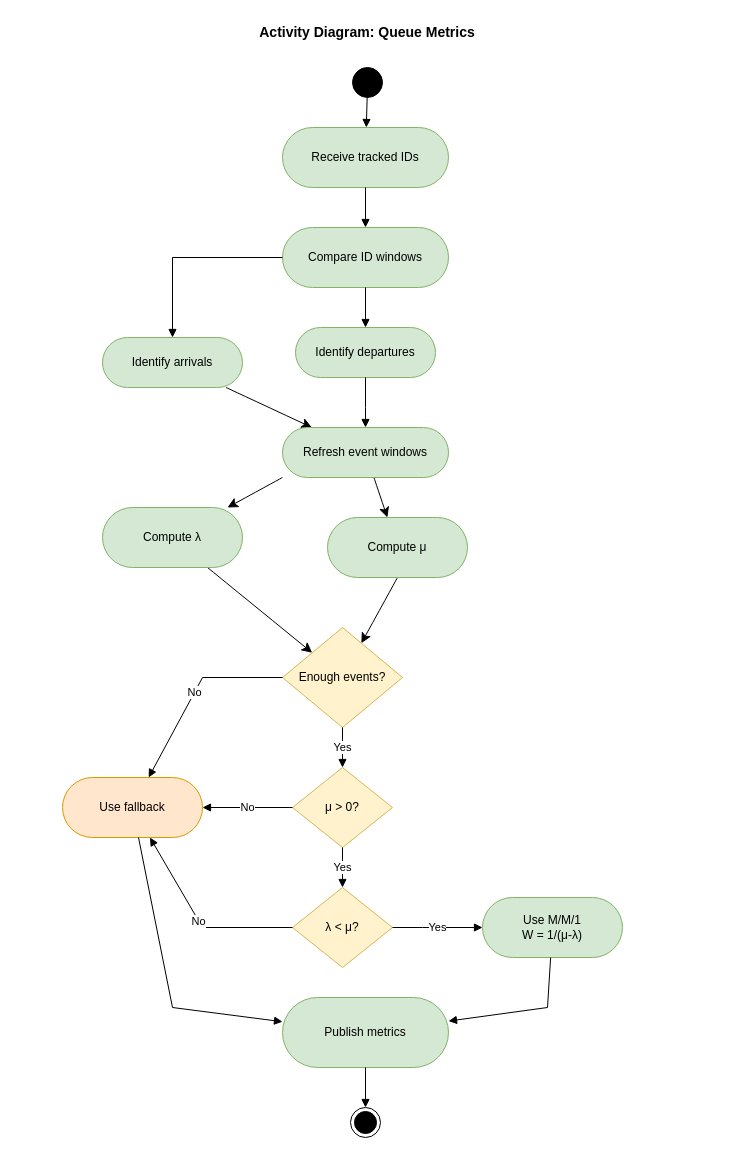
Above: report-latex/figures/drawio/chapter3_activity_Analytics.drawio in Salmen-BA21/Queue-Wait-Time-Estimation (draw.io), before the change. Source tidied: cells renumbered, new cells numbered last; positions are measured from the earlier drawing's top-left corner, leaving out a move shared by most shapes. Both pictures are drawn from the tidied source at 100%, with x=0, y=0 at pixel (17, 17).
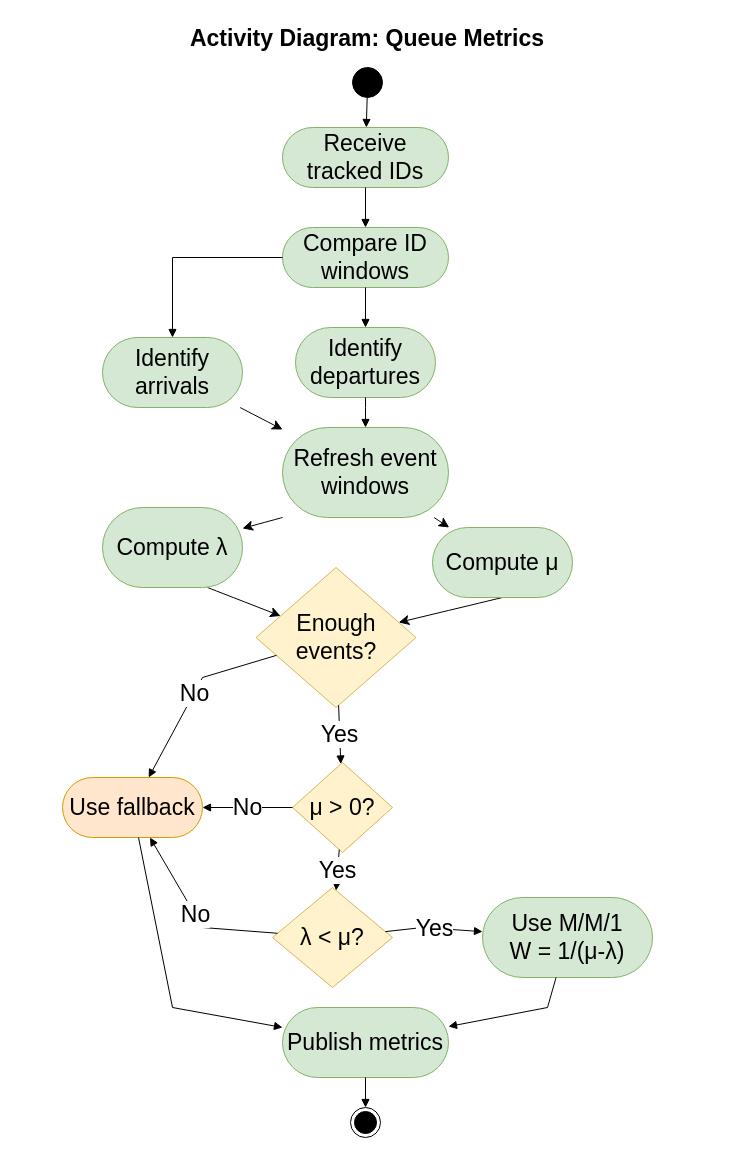
The same diagram, later.

Change to the diagram source:
```diff
@@
-    <mxCell id="2" value="Activity Diagram: Queue Metrics" style="text;fontSize=14;fontStyle=1;align=center;" parent="1" vertex="1">
+    <mxCell id="2" value="Activity Diagram: Queue Metrics" style="text;fontSize=23;fontStyle=1;align=center;" parent="1" vertex="1">
       <mxGeometry width="700" height="30" as="geometry" />
     </mxCell>
-    <mxCell id="3" style="ellipse;shape=doubleEllipse;fillColor=#000000;" parent="1" vertex="1">
+    <mxCell id="3" style="ellipse;shape=doubleEllipse;fillColor=#000000;fontSize=23;" parent="1" vertex="1">
       <mxGeometry x="335" y="50" width="30" height="30" as="geometry" />
     </mxCell>
-    <mxCell id="4" value="Receive tracked IDs" style="rounded=1;arcSize=50;fillColor=#d5e8d4;strokeColor=#82b366;html=1;whiteSpace=wrap;align=center;verticalAlign=middle;" parent="1" vertex="1">
+    <mxCell id="4" value="Receive tracked IDs" style="rounded=1;arcSize=50;fillColor=#d5e8d4;strokeColor=#82b366;html=1;whiteSpace=wrap;align=center;verticalAlign=middle;fontSize=23;" parent="1" vertex="1">
       <mxGeometry x="265" y="110" width="166" height="60" as="geometry" />
     </mxCell>
-    <mxCell id="5" value="Compare ID windows" style="rounded=1;arcSize=50;fillColor=#d5e8d4;strokeColor=#82b366;html=1;whiteSpace=wrap;align=center;verticalAlign=middle;" parent="1" vertex="1">
+    <mxCell id="5" value="Compare ID windows" style="rounded=1;arcSize=50;fillColor=#d5e8d4;strokeColor=#82b366;html=1;whiteSpace=wrap;align=center;verticalAlign=middle;fontSize=23;" parent="1" vertex="1">
       <mxGeometry x="265" y="210" width="166" height="60" as="geometry" />
     </mxCell>
-    <mxCell id="6" style="edgeStyle=none;curved=1;rounded=0;jettySize=auto;html=1;fontSize=12;startSize=8;endSize=8;" parent="1" edge="1" source="7" target="11">
+    <mxCell id="6" style="edgeStyle=none;curved=1;rounded=0;jettySize=auto;html=1;fontSize=23;startSize=8;endSize=8;" parent="1" edge="1" source="7" target="11">
       <mxGeometry relative="1" as="geometry" />
     </mxCell>
-    <mxCell id="7" value="Identify arrivals" style="rounded=1;arcSize=50;fillColor=#d5e8d4;strokeColor=#82b366;html=1;whiteSpace=wrap;align=center;verticalAlign=middle;" parent="1" vertex="1">
-      <mxGeometry x="85" y="320" width="140" height="50" as="geometry" />
+    <mxCell id="7" value="Identify arrivals" style="rounded=1;arcSize=50;fillColor=#d5e8d4;strokeColor=#82b366;html=1;whiteSpace=wrap;align=center;verticalAlign=middle;fontSize=23;" parent="1" vertex="1">
+      <mxGeometry x="85" y="320" width="140" height="70" as="geometry" />
     </mxCell>
-    <mxCell id="8" value="Identify departures" style="rounded=1;arcSize=50;fillColor=#d5e8d4;strokeColor=#82b366;html=1;whiteSpace=wrap;align=center;verticalAlign=middle;" parent="1" vertex="1">
-      <mxGeometry x="278" y="310" width="140" height="50" as="geometry" />
+    <mxCell id="8" value="Identify departures" style="rounded=1;arcSize=50;fillColor=#d5e8d4;strokeColor=#82b366;html=1;whiteSpace=wrap;align=center;verticalAlign=middle;fontSize=23;" parent="1" vertex="1">
+      <mxGeometry x="278" y="310" width="140" height="70" as="geometry" />
     </mxCell>
-    <mxCell id="9" style="edgeStyle=none;curved=1;rounded=0;jettySize=auto;html=1;fontSize=12;startSize=8;endSize=8;" parent="1" edge="1" source="11" target="15">
+    <mxCell id="9" style="edgeStyle=none;curved=1;rounded=0;jettySize=auto;html=1;fontSize=23;startSize=8;endSize=8;" parent="1" edge="1" source="11" target="15">
       <mxGeometry relative="1" as="geometry" />
     </mxCell>
-    <mxCell id="10" style="edgeStyle=none;curved=1;rounded=0;jettySize=auto;html=1;exitX=0;exitY=1;exitDx=0;exitDy=0;fontSize=12;startSize=8;endSize=8;" parent="1" edge="1" source="11" target="13">
+    <mxCell id="10" style="edgeStyle=none;curved=1;rounded=0;jettySize=auto;html=1;exitX=0;exitY=1;exitDx=0;exitDy=0;fontSize=23;startSize=8;endSize=8;" parent="1" edge="1" source="11" target="13">
       <mxGeometry relative="1" as="geometry" />
     </mxCell>
-    <mxCell id="11" value="Refresh event windows" style="rounded=1;arcSize=50;fillColor=#d5e8d4;strokeColor=#82b366;html=1;whiteSpace=wrap;align=center;verticalAlign=middle;" parent="1" vertex="1">
-      <mxGeometry x="265" y="410" width="166" height="50" as="geometry" />
+    <mxCell id="11" value="Refresh event windows" style="rounded=1;arcSize=50;fillColor=#d5e8d4;strokeColor=#82b366;html=1;whiteSpace=wrap;align=center;verticalAlign=middle;fontSize=23;" parent="1" vertex="1">
+      <mxGeometry x="265" y="410" width="166" height="90" as="geometry" />
     </mxCell>
-    <mxCell id="12" style="edgeStyle=none;curved=1;rounded=0;jettySize=auto;html=1;exitX=0.75;exitY=1;exitDx=0;exitDy=0;fontSize=12;startSize=8;endSize=8;" parent="1" edge="1" source="13" target="16">
+    <mxCell id="12" style="edgeStyle=none;curved=1;rounded=0;jettySize=auto;html=1;exitX=0.75;exitY=1;exitDx=0;exitDy=0;fontSize=23;startSize=8;endSize=8;" parent="1" edge="1" source="13" target="16">
       <mxGeometry relative="1" as="geometry" />
     </mxCell>
-    <mxCell id="13" value="Compute λ" style="rounded=1;arcSize=50;fillColor=#d5e8d4;strokeColor=#82b366;html=1;whiteSpace=wrap;align=center;verticalAlign=middle;" parent="1" vertex="1">
-      <mxGeometry x="85" y="490" width="140" height="60" as="geometry" />
+    <mxCell id="13" value="Compute λ" style="rounded=1;arcSize=50;fillColor=#d5e8d4;strokeColor=#82b366;html=1;whiteSpace=wrap;align=center;verticalAlign=middle;fontSize=23;" parent="1" vertex="1">
+      <mxGeometry x="85" y="490" width="140" height="80" as="geometry" />
     </mxCell>
-    <mxCell id="14" style="edgeStyle=none;curved=1;rounded=0;jettySize=auto;html=1;exitX=0.5;exitY=1;exitDx=0;exitDy=0;fontSize=12;startSize=8;endSize=8;" parent="1" edge="1" source="15" target="16">
+    <mxCell id="14" style="edgeStyle=none;curved=1;rounded=0;jettySize=auto;html=1;exitX=0.5;exitY=1;exitDx=0;exitDy=0;fontSize=23;startSize=8;endSize=8;" parent="1" edge="1" source="15" target="16">
       <mxGeometry relative="1" as="geometry" />
     </mxCell>
-    <mxCell id="15" value="Compute μ" style="rounded=1;arcSize=50;fillColor=#d5e8d4;strokeColor=#82b366;html=1;whiteSpace=wrap;align=center;verticalAlign=middle;" parent="1" vertex="1">
-      <mxGeometry x="310" y="500" width="140" height="60" as="geometry" />
+    <mxCell id="15" value="Compute μ" style="rounded=1;arcSize=50;fillColor=#d5e8d4;strokeColor=#82b366;html=1;whiteSpace=wrap;align=center;verticalAlign=middle;fontSize=23;" parent="1" vertex="1">
+      <mxGeometry x="415" y="510" width="140" height="70" as="geometry" />
     </mxCell>
-    <mxCell id="16" value="Enough events?" style="rhombus;fillColor=#fff2cc;strokeColor=#d6b656;html=1;whiteSpace=wrap;align=center;verticalAlign=middle;" parent="1" vertex="1">
-      <mxGeometry x="265" y="610" width="120" height="100" as="geometry" />
+    <mxCell id="16" value="Enough events?" style="rhombus;fillColor=#fff2cc;strokeColor=#d6b656;html=1;whiteSpace=wrap;align=center;verticalAlign=middle;fontSize=23;" parent="1" vertex="1">
+      <mxGeometry x="238.5" y="550" width="160" height="140" as="geometry" />
     </mxCell>
-    <mxCell id="17" value="μ &gt; 0?" style="rhombus;fillColor=#fff2cc;strokeColor=#d6b656;html=1;whiteSpace=wrap;align=center;verticalAlign=middle;" parent="1" vertex="1">
-      <mxGeometry x="275" y="750" width="100" height="80" as="geometry" />
+    <mxCell id="17" value="μ &amp;gt; 0?" style="rhombus;fillColor=#fff2cc;strokeColor=#d6b656;html=1;whiteSpace=wrap;align=center;verticalAlign=middle;fontSize=23;" parent="1" vertex="1">
+      <mxGeometry x="275" y="745" width="100" height="90" as="geometry" />
     </mxCell>
-    <mxCell id="18" value="λ &lt; μ?" style="rhombus;fillColor=#fff2cc;strokeColor=#d6b656;html=1;whiteSpace=wrap;align=center;verticalAlign=middle;" parent="1" vertex="1">
-      <mxGeometry x="275" y="870" width="100" height="80" as="geometry" />
+    <mxCell id="18" value="λ &amp;lt; μ?" style="rhombus;fillColor=#fff2cc;strokeColor=#d6b656;html=1;whiteSpace=wrap;align=center;verticalAlign=middle;fontSize=23;" parent="1" vertex="1">
+      <mxGeometry x="255" y="870" width="120" height="100" as="geometry" />
     </mxCell>
-    <mxCell id="19" value="Use M/M/1&#10;W = 1/(μ-λ)" style="rounded=1;arcSize=50;fillColor=#d5e8d4;strokeColor=#82b366;html=1;whiteSpace=wrap;align=center;verticalAlign=middle;" parent="1" vertex="1">
-      <mxGeometry x="465" y="880" width="140" height="60" as="geometry" />
+    <mxCell id="19" value="Use M/M/1&#10;W = 1/(μ-λ)" style="rounded=1;arcSize=50;fillColor=#d5e8d4;strokeColor=#82b366;html=1;whiteSpace=wrap;align=center;verticalAlign=middle;fontSize=23;" parent="1" vertex="1">
+      <mxGeometry x="465" y="880" width="170" height="80" as="geometry" />
     </mxCell>
-    <mxCell id="20" value="Use fallback" style="rounded=1;arcSize=50;fillColor=#ffe6cc;strokeColor=#d79b00;html=1;whiteSpace=wrap;align=center;verticalAlign=middle;" parent="1" vertex="1">
+    <mxCell id="20" value="Use fallback" style="rounded=1;arcSize=50;fillColor=#ffe6cc;strokeColor=#d79b00;html=1;whiteSpace=wrap;align=center;verticalAlign=middle;fontSize=23;" parent="1" vertex="1">
       <mxGeometry x="45" y="760" width="140" height="60" as="geometry" />
     </mxCell>
-    <mxCell id="21" value="Publish metrics" style="rounded=1;arcSize=50;fillColor=#d5e8d4;strokeColor=#82b366;html=1;whiteSpace=wrap;align=center;verticalAlign=middle;" parent="1" vertex="1">
-      <mxGeometry x="265" y="980" width="166" height="70" as="geometry" />
+    <mxCell id="21" value="Publish metrics" style="rounded=1;arcSize=50;fillColor=#d5e8d4;strokeColor=#82b366;html=1;whiteSpace=wrap;align=center;verticalAlign=middle;fontSize=23;" parent="1" vertex="1">
+      <mxGeometry x="265" y="990" width="166" height="70" as="geometry" />
     </mxCell>
-    <mxCell id="22" style="html=1;endArrow=block;rounded=0;" parent="1" edge="1" source="3" target="4">
+    <mxCell id="22" style="html=1;endArrow=block;rounded=0;fontSize=23;" parent="1" edge="1" source="3" target="4">
       <mxGeometry relative="1" as="geometry" />
     </mxCell>
-    <mxCell id="23" style="html=1;endArrow=block;rounded=0;" parent="1" edge="1" source="4" target="5">
+    <mxCell id="23" style="html=1;endArrow=block;rounded=0;fontSize=23;" parent="1" edge="1" source="4" target="5">
       <mxGeometry relative="1" as="geometry" />
     </mxCell>
-    <mxCell id="24" style="html=1;endArrow=block;rounded=0;" parent="1" edge="1" source="5" target="7">
+    <mxCell id="24" style="html=1;endArrow=block;rounded=0;fontSize=23;" parent="1" edge="1" source="5" target="7">
       <mxGeometry relative="1" as="geometry">
         <Array as="points">
           <mxPoint x="155" y="240" />
         </Array>
       </mxGeometry>
     </mxCell>
-    <mxCell id="25" style="html=1;endArrow=block;rounded=0;" parent="1" edge="1" source="5" target="8">
+    <mxCell id="25" style="html=1;endArrow=block;rounded=0;fontSize=23;" parent="1" edge="1" source="5" target="8">
       <mxGeometry relative="1" as="geometry" />
     </mxCell>
-    <mxCell id="26" style="html=1;endArrow=block;rounded=0;" parent="1" edge="1" source="8" target="11">
+    <mxCell id="26" style="html=1;endArrow=block;rounded=0;fontSize=23;" parent="1" edge="1" source="8" target="11">
       <mxGeometry relative="1" as="geometry">
         <Array as="points">
           <mxPoint x="348" y="390" />
         </Array>
       </mxGeometry>
     </mxCell>
-    <mxCell id="27" value="No" style="html=1;endArrow=block;rounded=0;" parent="1" edge="1" source="16" target="20">
+    <mxCell id="27" value="No" style="html=1;endArrow=block;rounded=0;fontSize=23;" parent="1" edge="1" source="16" target="20">
       <mxGeometry relative="1" as="geometry">
         <Array as="points">
           <mxPoint x="185" y="660" />
         </Array>
       </mxGeometry>
     </mxCell>
-    <mxCell id="28" value="Yes" style="html=1;endArrow=block;rounded=0;" parent="1" edge="1" source="16" target="17">
+    <mxCell id="28" value="Yes" style="html=1;endArrow=block;rounded=0;fontSize=23;" parent="1" edge="1" source="16" target="17">
       <mxGeometry relative="1" as="geometry" />
     </mxCell>
-    <mxCell id="29" value="No" style="html=1;endArrow=block;rounded=0;" parent="1" edge="1" source="17" target="20">
+    <mxCell id="29" value="No" style="html=1;endArrow=block;rounded=0;fontSize=23;" parent="1" edge="1" source="17" target="20">
       <mxGeometry relative="1" as="geometry">
         <Array as="points">
           <mxPoint x="185" y="790" />
         </Array>
       </mxGeometry>
     </mxCell>
-    <mxCell id="30" value="Yes" style="html=1;endArrow=block;rounded=0;" parent="1" edge="1" source="17" target="18">
+    <mxCell id="30" value="Yes" style="html=1;endArrow=block;rounded=0;fontSize=23;" parent="1" edge="1" source="17" target="18">
       <mxGeometry relative="1" as="geometry" />
     </mxCell>
-    <mxCell id="31" value="Yes" style="html=1;endArrow=block;rounded=0;" parent="1" edge="1" source="18" target="19">
+    <mxCell id="31" value="Yes" style="html=1;endArrow=block;rounded=0;fontSize=23;" parent="1" edge="1" source="18" target="19">
       <mxGeometry relative="1" as="geometry">
         <Array as="points">
           <mxPoint x="405" y="910" />
         </Array>
       </mxGeometry>
     </mxCell>
-    <mxCell id="32" value="No" style="html=1;endArrow=block;rounded=0;" parent="1" edge="1" source="18" target="20">
+    <mxCell id="32" value="No" style="html=1;endArrow=block;rounded=0;fontSize=23;" parent="1" edge="1" source="18" target="20">
       <mxGeometry relative="1" as="geometry">
         <Array as="points">
           <mxPoint x="185" y="910" />
         </Array>
       </mxGeometry>
     </mxCell>
-    <mxCell id="33" style="html=1;endArrow=block;rounded=0;" parent="1" edge="1" source="19" target="21">
+    <mxCell id="33" style="html=1;endArrow=block;rounded=0;fontSize=23;" parent="1" edge="1" source="19" target="21">
       <mxGeometry relative="1" as="geometry">
         <Array as="points">
           <mxPoint x="530" y="990" />
         </Array>
       </mxGeometry>
     </mxCell>
-    <mxCell id="34" style="html=1;endArrow=block;rounded=0;" parent="1" edge="1" source="20" target="21">
+    <mxCell id="34" style="html=1;endArrow=block;rounded=0;fontSize=23;" parent="1" edge="1" source="20" target="21">
       <mxGeometry relative="1" as="geometry">
         <Array as="points">
           <mxPoint x="155" y="990" />
         </Array>
       </mxGeometry>
     </mxCell>
-    <mxCell id="35" style="html=1;endArrow=block;rounded=0;" parent="1" edge="1" source="21">
+    <mxCell id="35" style="html=1;endArrow=block;rounded=0;fontSize=23;" parent="1" edge="1" source="21">
       <mxGeometry relative="1" as="geometry">
         <mxPoint x="348" y="1090" as="targetPoint" />
       </mxGeometry>
     </mxCell>
-    <mxCell id="36" style="ellipse;html=1;shape=endState;fillColor=strokeColor;" parent="1" vertex="1">
+    <mxCell id="36" style="ellipse;html=1;shape=endState;fillColor=strokeColor;fontSize=23;" parent="1" vertex="1">
       <mxGeometry x="333" y="1090" width="30" height="30" as="geometry" />
     </mxCell>
```
